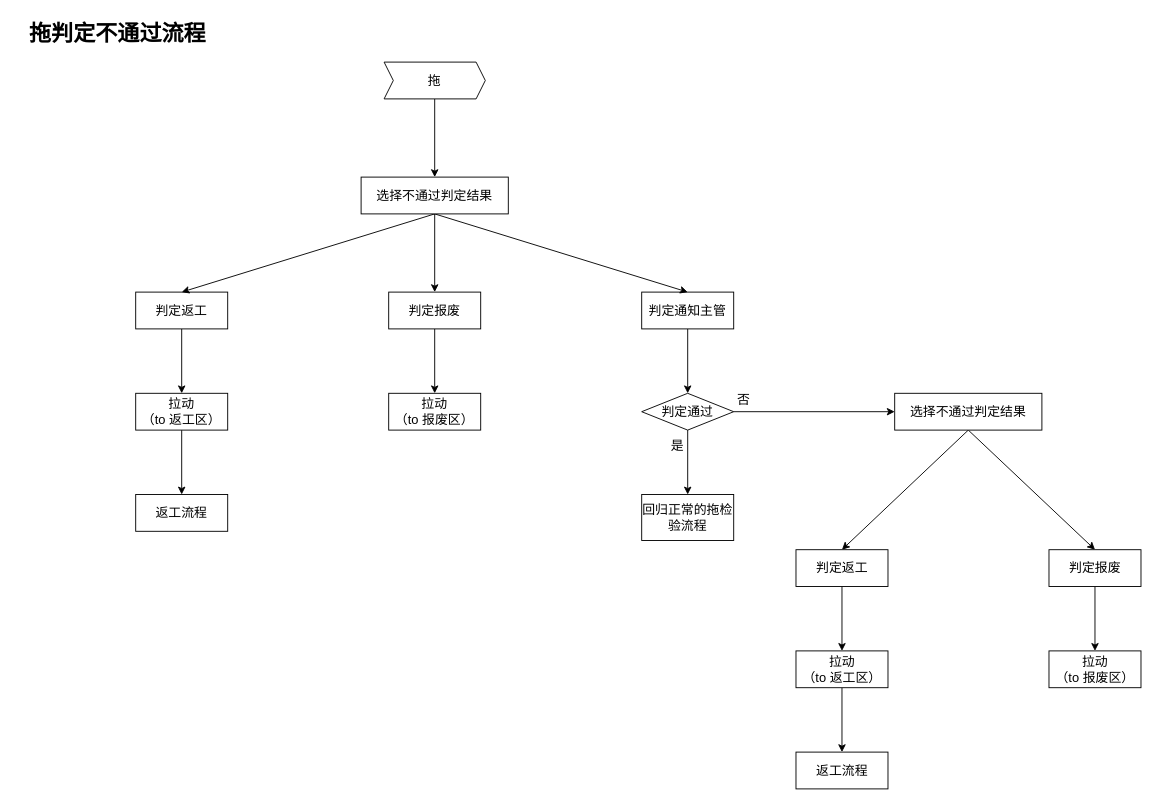
Above: page "第 3 页" (3 of 4) of 未命名表单.drawio in k525056857/mfr (draw.io), before the change. Source tidied: cells renumbered, new cells numbered last; positions are measured from the earlier drawing's top-left corner, leaving out a move shared by most shapes. Both pictures are drawn from the tidied source at 92%, with x=0, y=0 at pixel (16, 16).
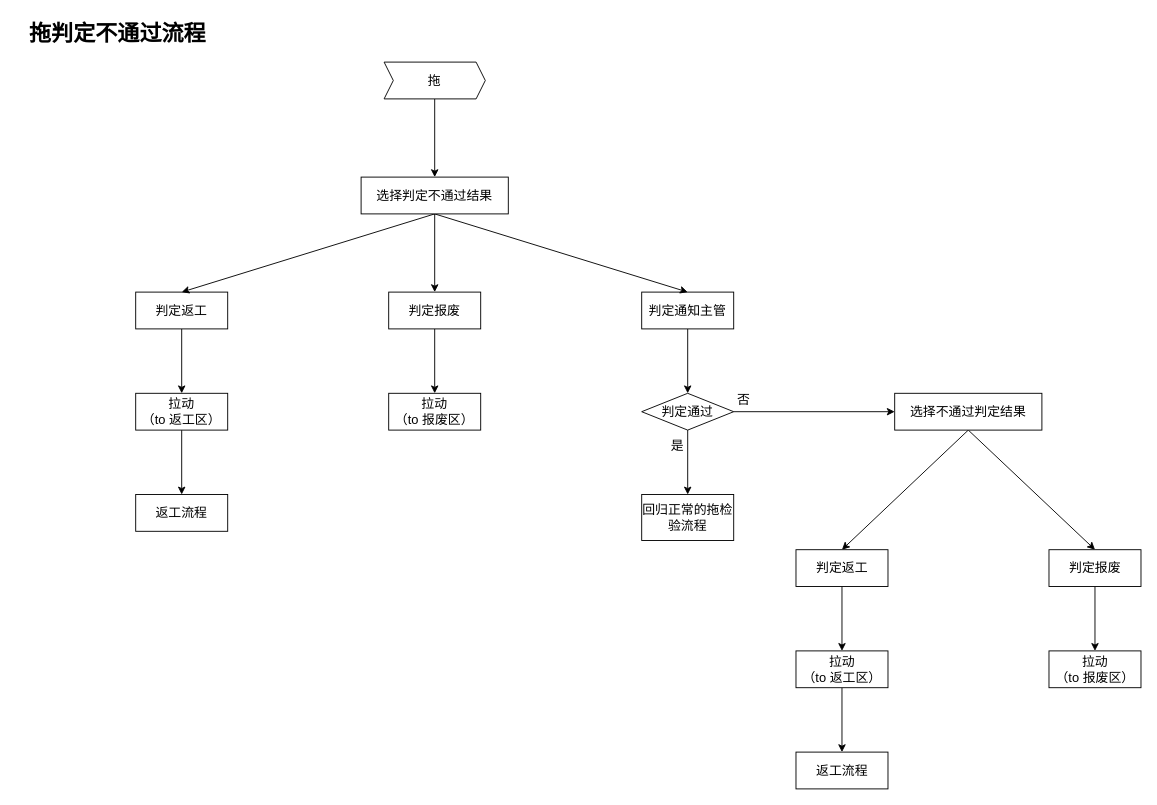
After the change.

What changed in the source:
```diff
@@
-    <mxCell id="20" value="选择不通过判定结果" style="rounded=0;whiteSpace=wrap;html=1;fontSize=14;" parent="1" vertex="1">
+    <mxCell id="20" value="选择判定不通过结果" style="rounded=0;whiteSpace=wrap;html=1;fontSize=14;" parent="1" vertex="1">
       <mxGeometry x="375" y="175" width="160" height="40" as="geometry" />
     </mxCell>
```
